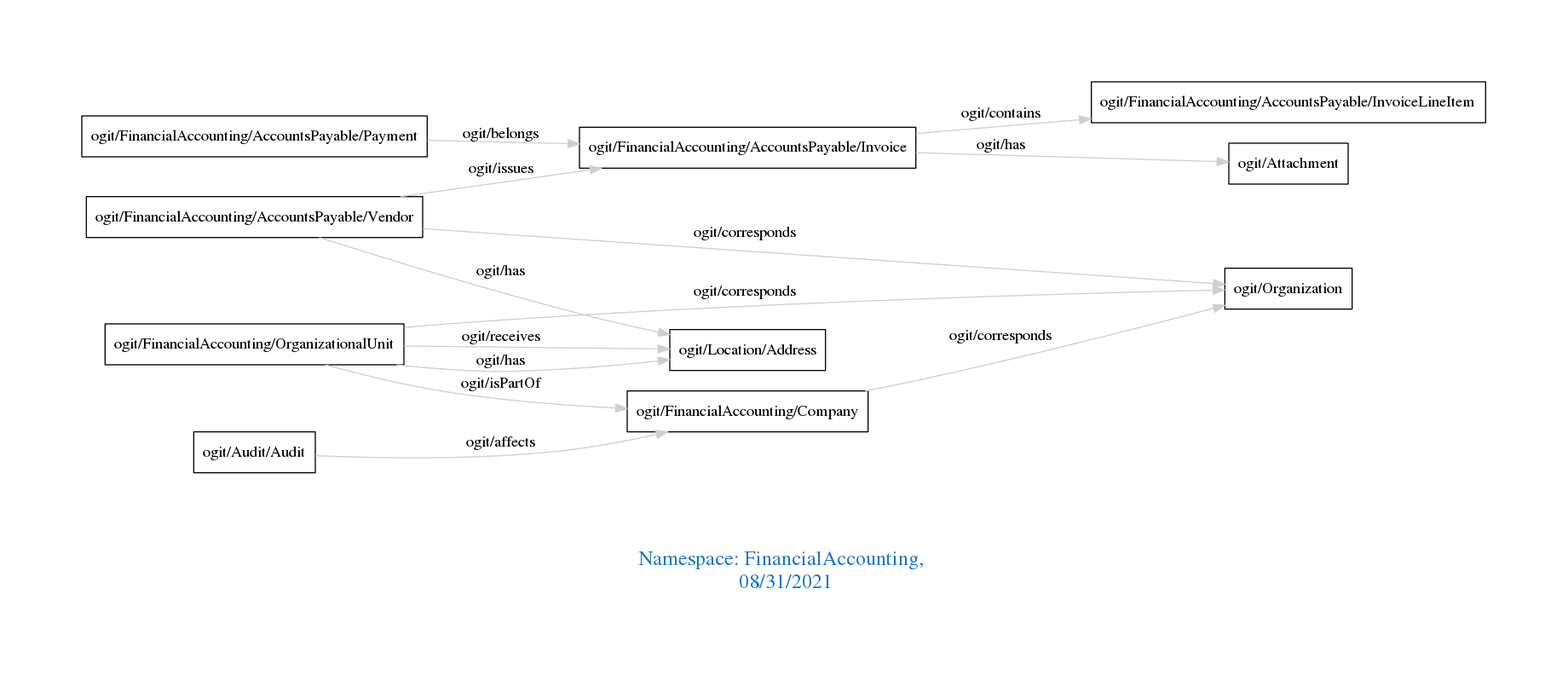
This is downloads/FinancialAccounting.png from arago/OGIT, a Graphviz export, as it was before one commit. Its source is kept beside it as downloads/FinancialAccounting.dot.
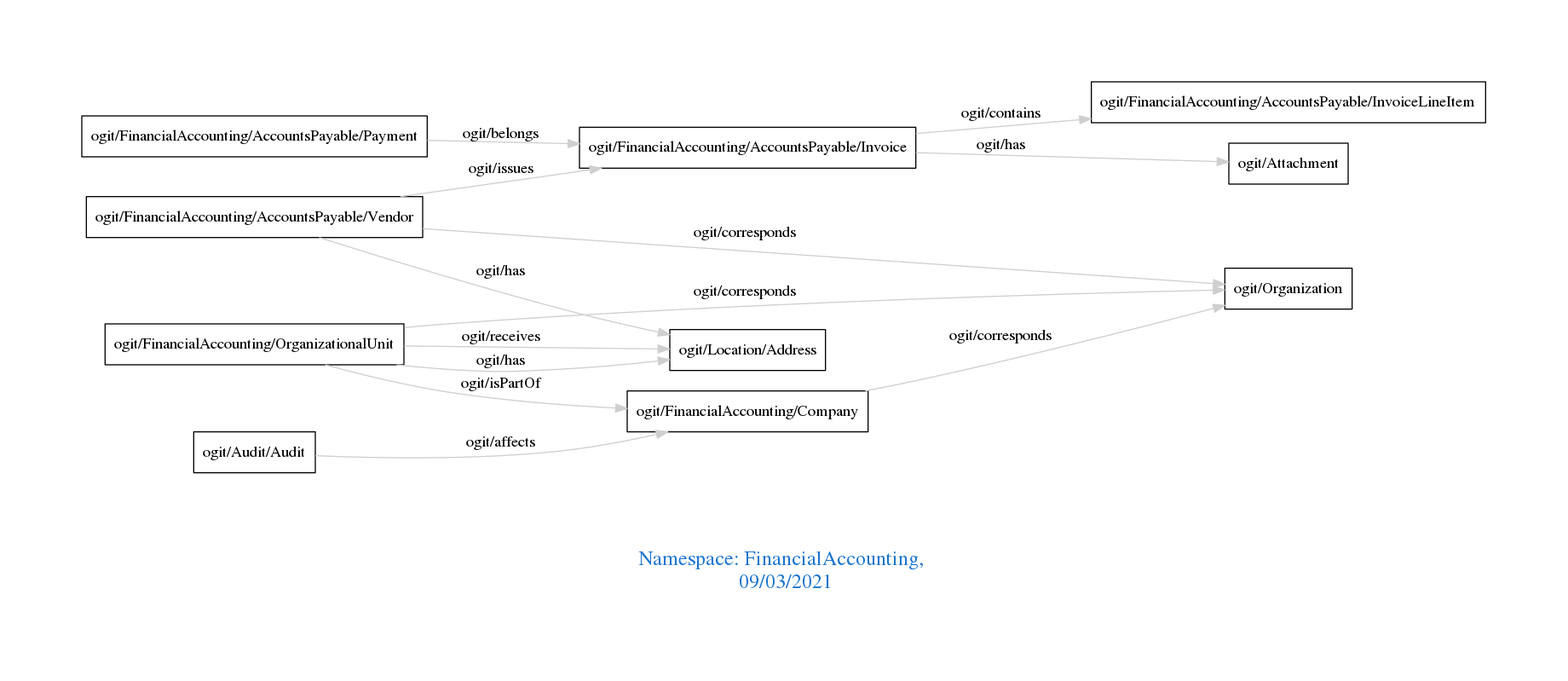
Later version of the same file.

The edit, as a diff of the source:
```diff
@@ -1,7 +1,7 @@
 digraph OGIT_ontology {
  graph [ rankdir= LR,pad=1
 fontsize = 18,
-fontcolor= dodgerblue3,label = "\n\n\nNamespace: FinancialAccounting, \n 08/31/2021"];
+fontcolor= dodgerblue3,label = "\n\n\nNamespace: FinancialAccounting, \n 09/03/2021"];
 node[shape=polygon];
 edge [  color="gray81"];
 
```
